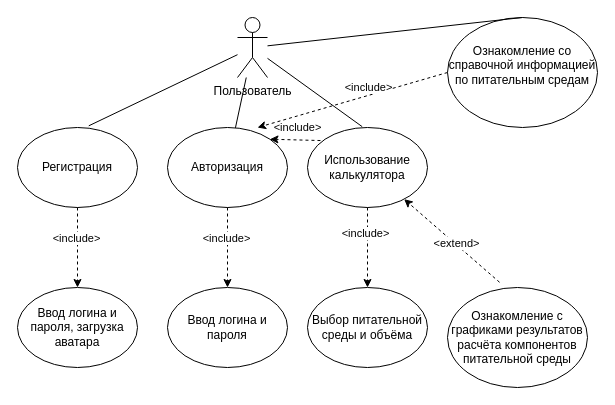
This is use-case_user.drawio from eva01pilot/plant-tissue-diagrams, a draw.io file, before an edit. Source tidied: cells renumbered, new cells numbered last; positions are measured from the earlier drawing's top-left corner, leaving out a move shared by most shapes. Both pictures are drawn from the tidied source at 100%, with x=0, y=0 at pixel (17, 17).
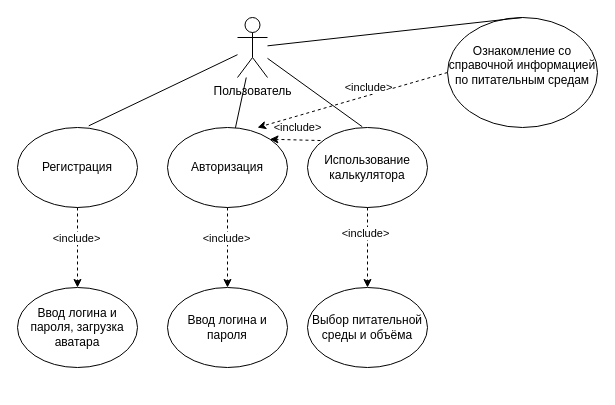
The same diagram, later.

Unchanged cells that the change refers to:
```xml
<mxCell id="5" value="Использование калькулятора" style="ellipse;whiteSpace=wrap;html=1;" parent="1" vertex="1">
  <mxGeometry x="290" y="110" width="120" height="80" as="geometry" />
</mxCell>
```

Diff of the diagram source:
```diff
@@
-    <mxCell id="20" value="&lt;div&gt;Ознакомление с графиками результатов расчёта компонентов питательной среды&lt;/div&gt;" style="ellipse;whiteSpace=wrap;html=1;" parent="1" vertex="1">
-      <mxGeometry x="430" y="270" width="140" height="100" as="geometry" />
-    </mxCell>
-    <mxCell id="21" style="endArrow=classic;html=1;rounded=0;exitX=0.372;exitY=-0.052;exitDx=0;exitDy=0;exitPerimeter=0;dashed=1;" parent="1" edge="1" source="20" target="5">
-      <mxGeometry relative="1" as="geometry" />
-    </mxCell>
-    <mxCell id="22" value="&lt;div&gt;&amp;lt;extend&amp;gt;&lt;/div&gt;" style="edgeLabel;html=1;align=center;verticalAlign=middle;" parent="21" vertex="1">
-      <mxGeometry x="-0.07" y="-2" relative="1" as="geometry">
-        <mxPoint y="1" as="offset" />
-      </mxGeometry>
-    </mxCell>
```
